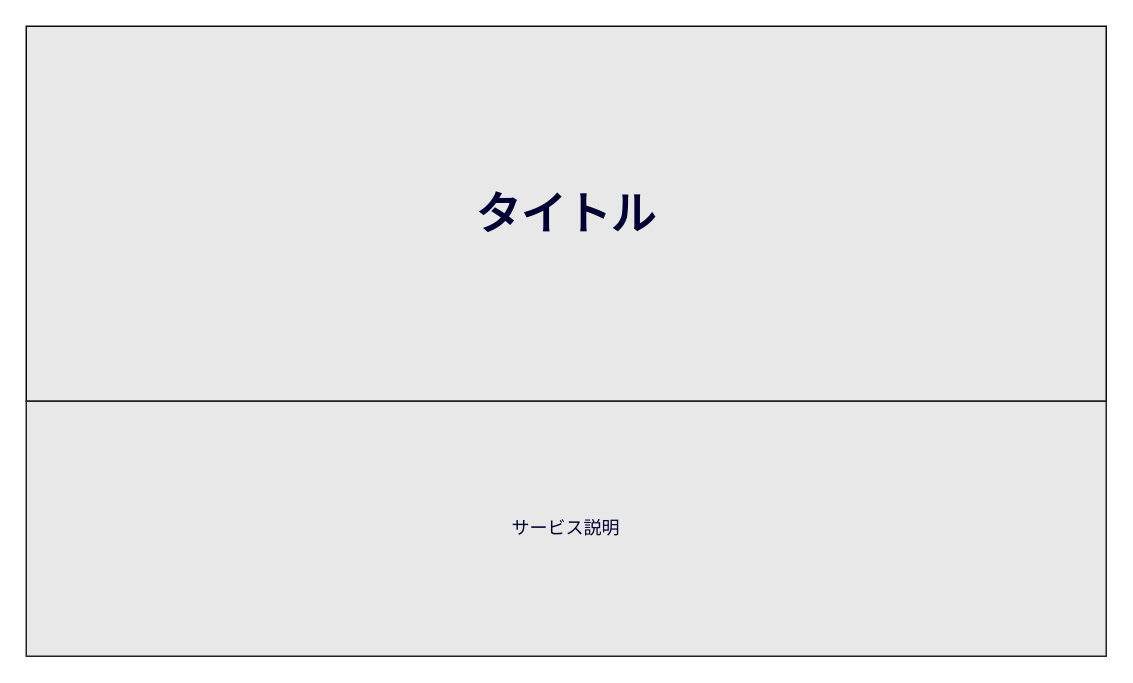
Above: page "Top画面" (2 of 11) of doc/screen.dio in missyu3/our_trip (draw.io), before the change. Source tidied: cells renumbered, new cells numbered last; positions are measured from the earlier drawing's top-left corner, leaving out a move shared by most shapes. Both pictures are drawn from the tidied source at 150%, with x=0, y=0 at pixel (26, 26).
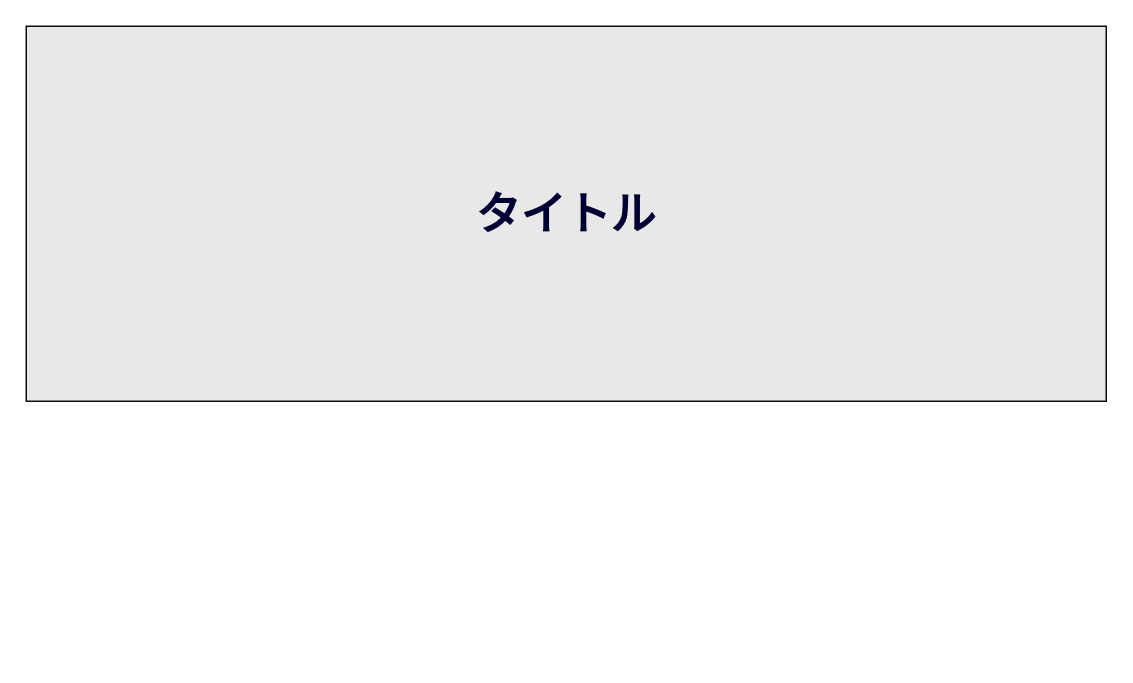
Above is the later version.

Diff of the diagram source:
```diff
@@
 <mxGraphModel>
   <root>
     <mxCell id="0" />
     <mxCell id="1" parent="0" />
     <mxCell id="2" value="&lt;b&gt;&lt;font style=&quot;font-size: 30px&quot;&gt;タイトル&lt;/font&gt;&lt;/b&gt;" style="rounded=0;whiteSpace=wrap;html=1;fillColor=#E8E8E8;fontColor=#000033;strokeColor=#0D0D0D;" parent="1" vertex="1">
       <mxGeometry width="720" height="250" as="geometry" />
     </mxCell>
-    <mxCell id="3" value="サービス説明" style="rounded=0;whiteSpace=wrap;html=1;fillColor=#E8E8E8;fontColor=#000033;strokeColor=#242424;" parent="1" vertex="1">
-      <mxGeometry y="250" width="720" height="170" as="geometry" />
-    </mxCell>
   </root>
 </mxGraphModel>
```
